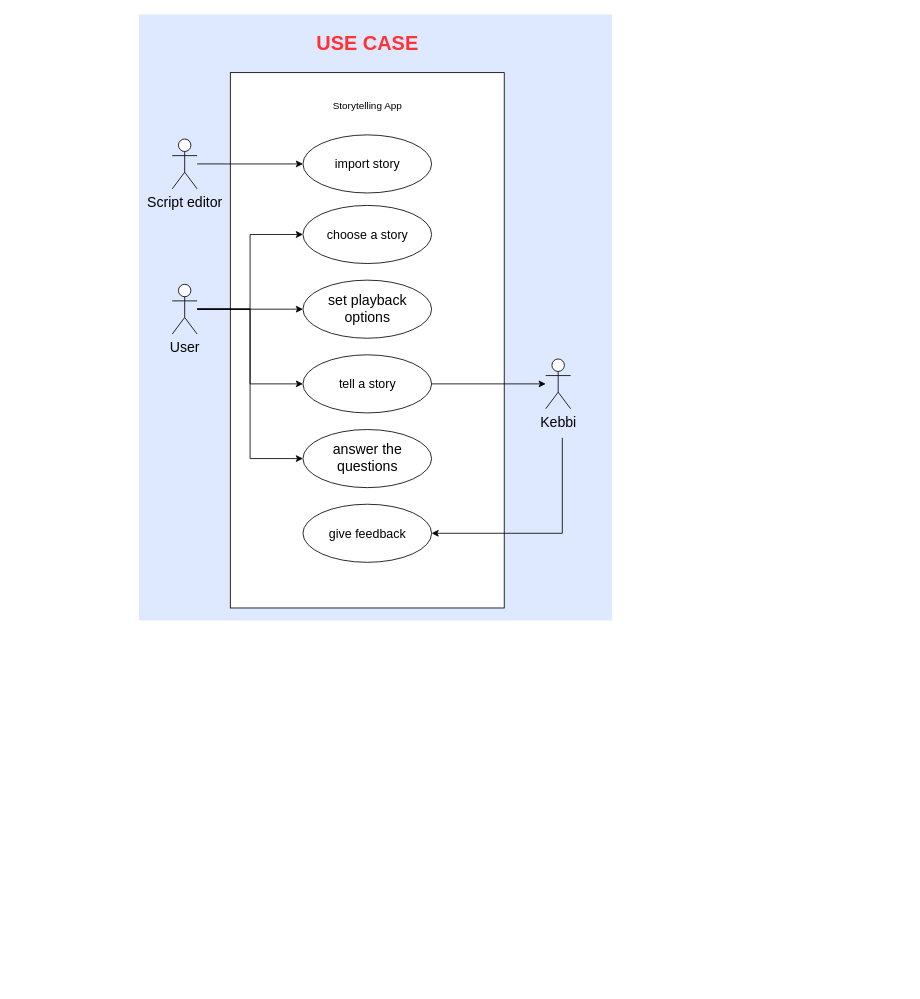
Before: page "210529 USE CASE" (5 of 7) of Untitled Diagram.drawio in chewwwyong/dosomethingexcel, a draw.io diagram. Source tidied: cells renumbered, new cells numbered last; positions are measured from the earlier drawing's top-left corner, leaving out a move shared by most shapes. Both pictures are drawn from the tidied source at 83%, with x=0, y=0 at pixel (139, 14).
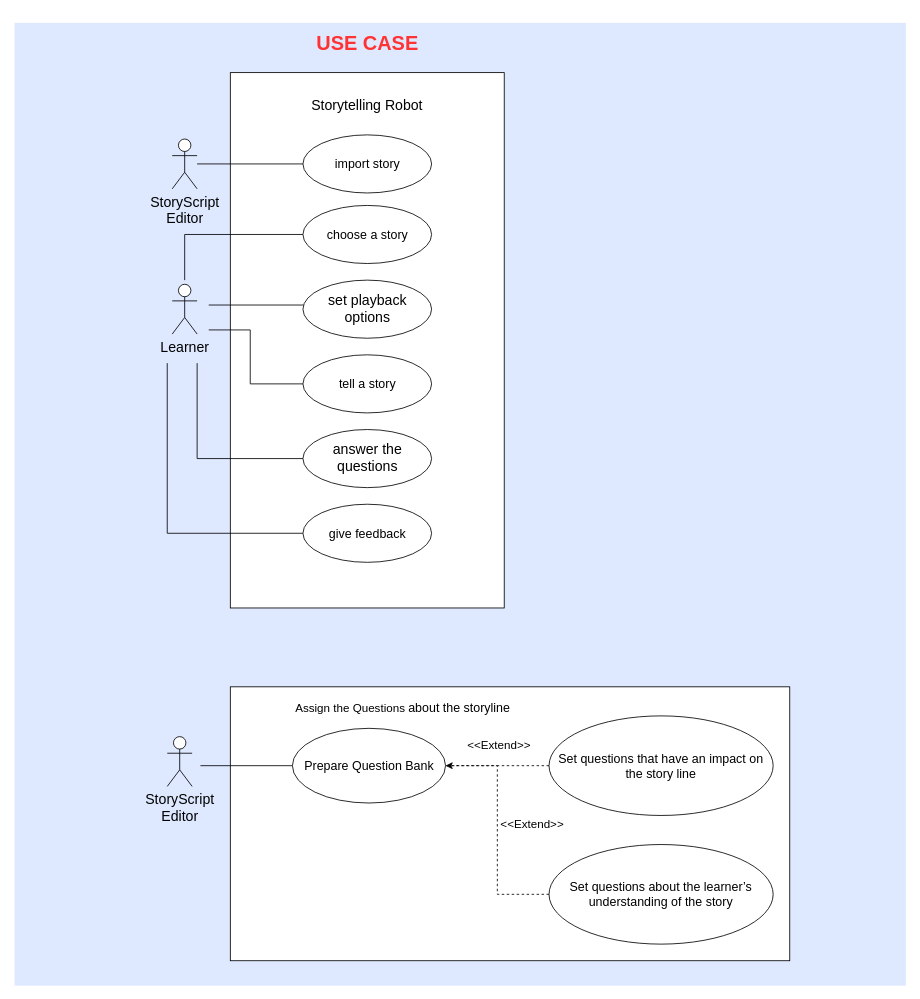
Above is the later version.

Unchanged cells that the change refers to:
```xml
<mxCell id="5" value="choose a story" style="ellipse;whiteSpace=wrap;html=1;spacing=2;verticalAlign=middle;horizontal=1;fontSize=15;" parent="1" vertex="1">
  <mxGeometry x="197.5" y="230" width="155" height="70" as="geometry" />
</mxCell>
<mxCell id="8" value="tell a story" style="ellipse;whiteSpace=wrap;html=1;spacing=2;verticalAlign=middle;horizontal=1;fontSize=15;" parent="1" vertex="1">
  <mxGeometry x="197.5" y="410" width="155" height="70" as="geometry" />
</mxCell>
<mxCell id="9" value="set playback options" style="ellipse;whiteSpace=wrap;html=1;spacing=2;verticalAlign=middle;horizontal=1;fontSize=17;" parent="1" vertex="1">
  <mxGeometry x="197.5" y="320" width="155" height="70" as="geometry" />
</mxCell>
<mxCell id="10" value="answer the questions" style="ellipse;whiteSpace=wrap;html=1;spacing=2;verticalAlign=middle;horizontal=1;fontSize=17;" parent="1" vertex="1">
  <mxGeometry x="197.5" y="500" width="155" height="70" as="geometry" />
</mxCell>
<mxCell id="11" value="give feedback" style="ellipse;whiteSpace=wrap;html=1;spacing=2;verticalAlign=middle;horizontal=1;fontSize=15;" parent="1" vertex="1">
  <mxGeometry x="197.5" y="590" width="155" height="70" as="geometry" />
</mxCell>
<mxCell id="21" value="import story" style="ellipse;whiteSpace=wrap;html=1;spacing=2;verticalAlign=middle;horizontal=1;fontSize=15;" parent="1" vertex="1">
  <mxGeometry x="197.5" y="145" width="155" height="70" as="geometry" />
</mxCell>
```

The edit, as a diff of the source:
```diff
@@
     <mxCell id="2" style="fillColor=#DEE8FF;strokeColor=none;" parent="1" vertex="1">
-      <mxGeometry width="570" height="730" as="geometry" />
+      <mxGeometry x="-150" y="10" width="1074" height="1160" as="geometry" />
     </mxCell>
-    <mxCell id="3" style="edgeStyle=orthogonalEdgeStyle;rounded=0;jettySize=auto;html=1;entryX=0;entryY=0.5;entryDx=0;entryDy=0;" parent="1" edge="1" source="18" target="5">
-      <mxGeometry relative="1" as="geometry" />
-    </mxCell>
@@
-    <mxCell id="6" value="Storytelling App" style="text;html=1;strokeColor=none;fillColor=none;align=center;verticalAlign=middle;whiteSpace=wrap;rounded=0;" parent="1" vertex="1">
-      <mxGeometry x="222.5" y="100" width="105" height="20" as="geometry" />
+    <mxCell id="6" value="Storytelling Robot" style="text;html=1;strokeColor=none;fillColor=none;align=center;verticalAlign=middle;whiteSpace=wrap;rounded=0;fontSize=17;" parent="1" vertex="1">
+      <mxGeometry x="191.2" y="100" width="167.5" height="20" as="geometry" />
     </mxCell>
-    <mxCell id="7" style="edgeStyle=orthogonalEdgeStyle;rounded=0;jettySize=auto;html=1;" parent="1" edge="1" source="8" target="13">
-      <mxGeometry relative="1" as="geometry" />
-    </mxCell>
@@
+    <mxCell id="23" style="edgeStyle=orthogonalEdgeStyle;rounded=0;jettySize=auto;html=1;endArrow=none;endFill=0;" parent="1" edge="1" source="11">
+      <mxGeometry relative="1" as="geometry">
+        <mxPoint x="34" y="420" as="targetPoint" />
+        <Array as="points">
+          <mxPoint x="34" y="625" />
+          <mxPoint x="34" y="420" />
+        </Array>
+      </mxGeometry>
+    </mxCell>
@@
-    <mxCell id="12" style="edgeStyle=orthogonalEdgeStyle;rounded=0;jettySize=auto;html=1;entryX=1;entryY=0.5;entryDx=0;entryDy=0;endArrow=classic;endFill=1;" parent="1" edge="1" target="11">
-      <mxGeometry relative="1" as="geometry">
-        <mxPoint x="510" y="510" as="sourcePoint" />
-        <Array as="points">
-          <mxPoint x="510" y="510" />
-          <mxPoint x="510" y="625" />
-        </Array>
-      </mxGeometry>
-    </mxCell>
-    <mxCell id="13" value="Kebbi" style="shape=umlActor;verticalLabelPosition=bottom;verticalAlign=top;html=1;outlineConnect=0;fontSize=17;" parent="1" vertex="1">
-      <mxGeometry x="490" y="415" width="30" height="60" as="geometry" />
-    </mxCell>
-    <mxCell id="14" style="edgeStyle=orthogonalEdgeStyle;rounded=0;jettySize=auto;html=1;entryX=0;entryY=0.5;entryDx=0;entryDy=0;endArrow=classic;endFill=1;" parent="1" edge="1" source="15" target="21">
+    <mxCell id="14" style="edgeStyle=orthogonalEdgeStyle;rounded=0;jettySize=auto;html=1;entryX=0;entryY=0.5;entryDx=0;entryDy=0;endArrow=none;endFill=0;" parent="1" edge="1" source="15" target="21">
       <mxGeometry relative="1" as="geometry" />
     </mxCell>
-    <mxCell id="15" value="Script editor" style="shape=umlActor;verticalLabelPosition=bottom;verticalAlign=top;html=1;outlineConnect=0;fontSize=17;" parent="1" vertex="1">
+    <mxCell id="15" value="StoryScript &lt;br&gt;Editor" style="shape=umlActor;verticalLabelPosition=bottom;verticalAlign=top;html=1;outlineConnect=0;fontSize=17;" parent="1" vertex="1">
       <mxGeometry x="40" y="150" width="30" height="60" as="geometry" />
     </mxCell>
-    <mxCell id="16" style="edgeStyle=orthogonalEdgeStyle;rounded=0;jettySize=auto;html=1;entryX=0;entryY=0.5;entryDx=0;entryDy=0;" parent="1" edge="1" source="18" target="8">
-      <mxGeometry relative="1" as="geometry" />
+    <mxCell id="16" style="edgeStyle=orthogonalEdgeStyle;rounded=0;jettySize=auto;html=1;entryX=0;entryY=0.5;entryDx=0;entryDy=0;endArrow=none;endFill=0;" parent="1" edge="1" target="8">
+      <mxGeometry relative="1" as="geometry">
+        <mxPoint x="84" y="380" as="sourcePoint" />
+        <Array as="points">
+          <mxPoint x="134" y="380" />
+          <mxPoint x="134" y="445" />
+        </Array>
+      </mxGeometry>
     </mxCell>
-    <mxCell id="17" style="edgeStyle=orthogonalEdgeStyle;rounded=0;jettySize=auto;html=1;entryX=0;entryY=0.5;entryDx=0;entryDy=0;" parent="1" edge="1" source="18" target="10">
-      <mxGeometry relative="1" as="geometry" />
+    <mxCell id="17" style="edgeStyle=orthogonalEdgeStyle;rounded=0;jettySize=auto;html=1;entryX=0;entryY=0.5;entryDx=0;entryDy=0;endArrow=none;endFill=0;" parent="1" edge="1" target="10">
+      <mxGeometry relative="1" as="geometry">
+        <mxPoint x="70" y="420" as="sourcePoint" />
+        <Array as="points">
+          <mxPoint x="70" y="535" />
+        </Array>
+      </mxGeometry>
     </mxCell>
-    <mxCell id="18" value="User" style="shape=umlActor;verticalLabelPosition=bottom;verticalAlign=top;html=1;outlineConnect=0;fontSize=17;" parent="1" vertex="1">
+    <mxCell id="18" value="Learner" style="shape=umlActor;verticalLabelPosition=bottom;verticalAlign=top;html=1;outlineConnect=0;fontSize=17;" parent="1" vertex="1">
       <mxGeometry x="40" y="325" width="30" height="60" as="geometry" />
     </mxCell>
-    <mxCell id="19" style="edgeStyle=orthogonalEdgeStyle;rounded=0;jettySize=auto;html=1;entryX=0;entryY=0.5;entryDx=0;entryDy=0;" parent="1" edge="1" source="18" target="5">
-      <mxGeometry relative="1" as="geometry" />
+    <mxCell id="19" style="edgeStyle=orthogonalEdgeStyle;rounded=0;jettySize=auto;html=1;entryX=0;entryY=0.5;entryDx=0;entryDy=0;endArrow=none;endFill=0;" parent="1" edge="1" target="5">
+      <mxGeometry relative="1" as="geometry">
+        <mxPoint x="55" y="320" as="sourcePoint" />
+        <Array as="points">
+          <mxPoint x="55" y="265" />
+        </Array>
+      </mxGeometry>
     </mxCell>
-    <mxCell id="20" style="edgeStyle=orthogonalEdgeStyle;rounded=0;jettySize=auto;html=1;" parent="1" edge="1" source="18" target="9">
-      <mxGeometry relative="1" as="geometry" />
+    <mxCell id="20" style="edgeStyle=orthogonalEdgeStyle;rounded=0;jettySize=auto;html=1;endArrow=none;endFill=0;" parent="1" edge="1" target="9">
+      <mxGeometry relative="1" as="geometry">
+        <mxPoint x="84" y="350" as="sourcePoint" />
+        <Array as="points">
+          <mxPoint x="124" y="350" />
+          <mxPoint x="124" y="350" />
+        </Array>
+      </mxGeometry>
     </mxCell>
@@
+    <mxCell id="24" style="rounded=0;whiteSpace=wrap;html=1;" parent="1" vertex="1">
+      <mxGeometry x="110" y="810" width="674" height="330" as="geometry" />
+    </mxCell>
+    <mxCell id="25" value="Assign the Questions&amp;nbsp;&lt;span style=&quot;font-size: 15px&quot;&gt;about the storyline&lt;/span&gt;" style="text;html=1;strokeColor=none;fillColor=none;align=center;verticalAlign=middle;whiteSpace=wrap;rounded=0;fontSize=14;" parent="1" vertex="1">
+      <mxGeometry x="171.8" y="820" width="292.2" height="30" as="geometry" />
+    </mxCell>
+    <mxCell id="26" value="StoryScript &lt;br&gt;Editor" style="shape=umlActor;verticalLabelPosition=bottom;verticalAlign=top;html=1;fontSize=17;" parent="1" vertex="1">
+      <mxGeometry x="34" y="870" width="30" height="60" as="geometry" />
+    </mxCell>
+    <mxCell id="27" style="edgeStyle=orthogonalEdgeStyle;rounded=0;jettySize=auto;html=1;fontSize=14;endArrow=none;endFill=0;" parent="1" edge="1" source="28">
+      <mxGeometry relative="1" as="geometry">
+        <mxPoint x="74" y="905" as="targetPoint" />
+        <Array as="points">
+          <mxPoint x="74" y="905" />
+        </Array>
+      </mxGeometry>
+    </mxCell>
+    <mxCell id="28" value="Prepare Question Bank" style="ellipse;whiteSpace=wrap;html=1;spacing=2;verticalAlign=middle;horizontal=1;fontSize=15;" parent="1" vertex="1">
+      <mxGeometry x="184.8" y="860" width="184.5" height="90" as="geometry" />
+    </mxCell>
+    <mxCell id="29" style="edgeStyle=orthogonalEdgeStyle;rounded=0;jettySize=auto;html=1;entryX=1;entryY=0.5;entryDx=0;entryDy=0;fontSize=14;endArrow=classic;endFill=1;startArrow=none;startFill=0;dashed=1;" parent="1" edge="1" source="30" target="28">
+      <mxGeometry relative="1" as="geometry" />
+    </mxCell>
+    <mxCell id="30" value="Set questions&amp;nbsp;that have an impact on the story line" style="ellipse;whiteSpace=wrap;html=1;spacing=2;verticalAlign=middle;horizontal=1;fontSize=15;" parent="1" vertex="1">
+      <mxGeometry x="494" y="845" width="270" height="120" as="geometry" />
+    </mxCell>
+    <mxCell id="31" style="edgeStyle=orthogonalEdgeStyle;rounded=0;jettySize=auto;html=1;entryX=1;entryY=0.5;entryDx=0;entryDy=0;fontSize=14;endArrow=none;endFill=0;dashed=1;" parent="1" edge="1" source="32" target="28">
+      <mxGeometry relative="1" as="geometry" />
+    </mxCell>
+    <mxCell id="32" value="Set questions about the learner’s understanding of the story" style="ellipse;whiteSpace=wrap;html=1;spacing=2;verticalAlign=middle;horizontal=1;fontSize=15;" parent="1" vertex="1">
+      <mxGeometry x="494" y="1000" width="270" height="120" as="geometry" />
+    </mxCell>
+    <mxCell id="33" value="&amp;lt;&amp;lt;Extend&amp;gt;&amp;gt;" style="text;html=1;strokeColor=none;fillColor=none;align=center;verticalAlign=middle;whiteSpace=wrap;rounded=0;fontSize=14;" parent="1" vertex="1">
+      <mxGeometry x="414" y="870" width="40" height="20" as="geometry" />
+    </mxCell>
+    <mxCell id="34" value="&amp;lt;&amp;lt;Extend&amp;gt;&amp;gt;" style="text;html=1;strokeColor=none;fillColor=none;align=center;verticalAlign=middle;whiteSpace=wrap;rounded=0;fontSize=14;" parent="1" vertex="1">
+      <mxGeometry x="454" y="965" width="40" height="20" as="geometry" />
+    </mxCell>
```
